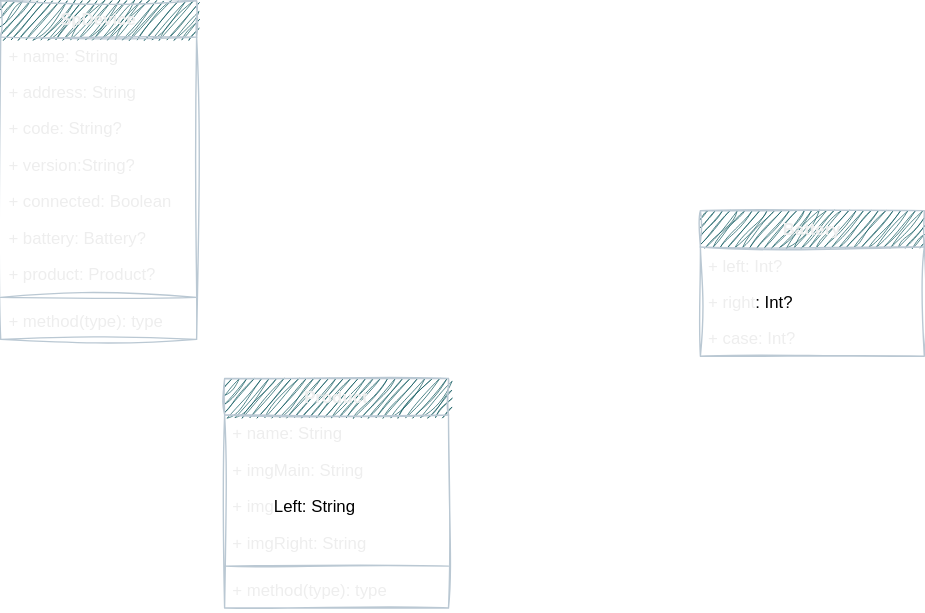
This is 未命名绘图.drawio.svg from kekemao00/draw-libs, a draw.io export, as it was before one commit. Source tidied: cells renumbered, new cells last; positions are measured from the earlier drawing's top-left corner, leaving out a move shared by most shapes. The source it was exported from:
```xml
<mxGraphModel>
  <root>
    <mxCell id="0" />
    <mxCell id="1" parent="0" />
    <mxCell id="2" value="SpDevice" style="swimlane;fontStyle=1;align=center;verticalAlign=top;horizontal=1;startSize=26;whiteSpace=wrap;html=1;labelBackgroundColor=none;fillColor=#09555B;strokeColor=#BAC8D3;fontColor=#EEEEEE;rounded=0;sketch=1;curveFitting=1;jiggle=2;" parent="1" vertex="1">
      <mxGeometry width="140" height="242" as="geometry" />
    </mxCell>
    <mxCell id="3" value="+ name: String" style="text;strokeColor=none;fillColor=none;align=left;verticalAlign=top;spacingLeft=4;spacingRight=4;overflow=hidden;whiteSpace=wrap;html=1;labelBackgroundColor=none;fontColor=#EEEEEE;rounded=0;sketch=1;curveFitting=1;jiggle=2;" parent="2" vertex="1">
      <mxGeometry y="26" width="140" height="26" as="geometry" />
    </mxCell>
    <mxCell id="4" value="+ address: String" style="text;strokeColor=none;fillColor=none;align=left;verticalAlign=top;spacingLeft=4;spacingRight=4;overflow=hidden;whiteSpace=wrap;html=1;labelBackgroundColor=none;fontColor=#EEEEEE;rounded=0;sketch=1;curveFitting=1;jiggle=2;" parent="2" vertex="1">
      <mxGeometry y="52" width="140" height="26" as="geometry" />
    </mxCell>
    <mxCell id="5" value="+ code: String?" style="text;strokeColor=none;fillColor=none;align=left;verticalAlign=top;spacingLeft=4;spacingRight=4;overflow=hidden;whiteSpace=wrap;html=1;labelBackgroundColor=none;fontColor=#EEEEEE;rounded=0;sketch=1;curveFitting=1;jiggle=2;" parent="2" vertex="1">
      <mxGeometry y="78" width="140" height="26" as="geometry" />
    </mxCell>
    <mxCell id="6" value="+ version:String?" style="text;strokeColor=none;fillColor=none;align=left;verticalAlign=top;spacingLeft=4;spacingRight=4;overflow=hidden;whiteSpace=wrap;html=1;labelBackgroundColor=none;fontColor=#EEEEEE;rounded=0;sketch=1;curveFitting=1;jiggle=2;" parent="2" vertex="1">
      <mxGeometry y="104" width="140" height="26" as="geometry" />
    </mxCell>
    <mxCell id="7" value="+ connected: Boolean" style="text;strokeColor=none;fillColor=none;align=left;verticalAlign=top;spacingLeft=4;spacingRight=4;overflow=hidden;whiteSpace=wrap;html=1;labelBackgroundColor=none;fontColor=#EEEEEE;rounded=0;sketch=1;curveFitting=1;jiggle=2;" parent="2" vertex="1">
      <mxGeometry y="130" width="140" height="26" as="geometry" />
    </mxCell>
    <mxCell id="8" value="+ battery: Battery?&lt;div&gt;&lt;br&gt;&lt;/div&gt;" style="text;strokeColor=none;fillColor=none;align=left;verticalAlign=top;spacingLeft=4;spacingRight=4;overflow=hidden;whiteSpace=wrap;html=1;labelBackgroundColor=none;fontColor=#EEEEEE;rounded=0;sketch=1;curveFitting=1;jiggle=2;" parent="2" vertex="1">
      <mxGeometry y="156" width="140" height="26" as="geometry" />
    </mxCell>
    <mxCell id="9" value="+ product: Product?" style="text;strokeColor=none;fillColor=none;align=left;verticalAlign=top;spacingLeft=4;spacingRight=4;overflow=hidden;whiteSpace=wrap;html=1;labelBackgroundColor=none;fontColor=#EEEEEE;rounded=0;sketch=1;curveFitting=1;jiggle=2;" parent="2" vertex="1">
      <mxGeometry y="182" width="140" height="26" as="geometry" />
    </mxCell>
    <mxCell id="10" style="line;strokeWidth=1;fillColor=none;align=left;verticalAlign=middle;spacingTop=-1;spacingLeft=3;spacingRight=3;labelPosition=right;labelBackgroundColor=none;strokeColor=#BAC8D3;fontColor=#EEEEEE;rounded=0;sketch=1;curveFitting=1;jiggle=2;" parent="2" vertex="1">
      <mxGeometry y="208" width="140" height="8" as="geometry" />
    </mxCell>
    <mxCell id="11" value="+ method(type): type" style="text;strokeColor=none;fillColor=none;align=left;verticalAlign=top;spacingLeft=4;spacingRight=4;overflow=hidden;whiteSpace=wrap;html=1;labelBackgroundColor=none;fontColor=#EEEEEE;rounded=0;sketch=1;curveFitting=1;jiggle=2;" parent="2" vertex="1">
      <mxGeometry y="216" width="140" height="26" as="geometry" />
    </mxCell>
    <mxCell id="12" value="Battery" style="swimlane;fontStyle=1;align=center;verticalAlign=top;horizontal=1;startSize=26;whiteSpace=wrap;html=1;labelBackgroundColor=none;fillColor=#09555B;strokeColor=#BAC8D3;fontColor=#EEEEEE;rounded=0;sketch=1;curveFitting=1;jiggle=2;" parent="1" vertex="1">
      <mxGeometry x="500" y="150" width="160" height="104" as="geometry" />
    </mxCell>
    <mxCell id="13" value="+&amp;nbsp;left: Int?" style="text;strokeColor=none;fillColor=none;align=left;verticalAlign=top;spacingLeft=4;spacingRight=4;overflow=hidden;whiteSpace=wrap;html=1;labelBackgroundColor=none;fontColor=#EEEEEE;rounded=0;sketch=1;curveFitting=1;jiggle=2;" parent="12" vertex="1">
      <mxGeometry y="26" width="160" height="26" as="geometry" />
    </mxCell>
    <mxCell id="14" value="+ right&lt;span style=&quot;background-color: transparent; color: light-dark(rgb(0, 0, 0), rgb(255, 255, 255));&quot;&gt;: Int?&lt;/span&gt;" style="text;strokeColor=none;fillColor=none;align=left;verticalAlign=top;spacingLeft=4;spacingRight=4;overflow=hidden;whiteSpace=wrap;html=1;labelBackgroundColor=none;fontColor=#EEEEEE;rounded=0;sketch=1;curveFitting=1;jiggle=2;" parent="12" vertex="1">
      <mxGeometry y="52" width="160" height="26" as="geometry" />
    </mxCell>
    <mxCell id="15" value="+ case: Int?" style="text;strokeColor=none;fillColor=none;align=left;verticalAlign=top;spacingLeft=4;spacingRight=4;overflow=hidden;whiteSpace=wrap;html=1;labelBackgroundColor=none;fontColor=#EEEEEE;rounded=0;sketch=1;curveFitting=1;jiggle=2;" parent="12" vertex="1">
      <mxGeometry y="78" width="160" height="26" as="geometry" />
    </mxCell>
    <mxCell id="16" value="Product" style="swimlane;fontStyle=1;align=center;verticalAlign=top;horizontal=1;startSize=26;whiteSpace=wrap;html=1;labelBackgroundColor=none;fillColor=#09555B;strokeColor=#BAC8D3;fontColor=#EEEEEE;rounded=0;sketch=1;curveFitting=1;jiggle=2;" parent="1" vertex="1">
      <mxGeometry x="160" y="270" width="160" height="164" as="geometry" />
    </mxCell>
    <mxCell id="17" value="+ name: String" style="text;strokeColor=none;fillColor=none;align=left;verticalAlign=top;spacingLeft=4;spacingRight=4;overflow=hidden;whiteSpace=wrap;html=1;labelBackgroundColor=none;fontColor=#EEEEEE;rounded=0;sketch=1;curveFitting=1;jiggle=2;" parent="16" vertex="1">
      <mxGeometry y="26" width="160" height="26" as="geometry" />
    </mxCell>
    <mxCell id="18" value="+ imgMain: String" style="text;strokeColor=none;fillColor=none;align=left;verticalAlign=top;spacingLeft=4;spacingRight=4;overflow=hidden;whiteSpace=wrap;html=1;labelBackgroundColor=none;fontColor=#EEEEEE;rounded=0;sketch=1;curveFitting=1;jiggle=2;" parent="16" vertex="1">
      <mxGeometry y="52" width="160" height="26" as="geometry" />
    </mxCell>
    <mxCell id="19" value="+ img&lt;span style=&quot;background-color: transparent; color: light-dark(rgb(0, 0, 0), rgb(255, 255, 255));&quot;&gt;Left: String&lt;/span&gt;" style="text;strokeColor=none;fillColor=none;align=left;verticalAlign=top;spacingLeft=4;spacingRight=4;overflow=hidden;whiteSpace=wrap;html=1;labelBackgroundColor=none;fontColor=#EEEEEE;rounded=0;sketch=1;curveFitting=1;jiggle=2;" parent="16" vertex="1">
      <mxGeometry y="78" width="160" height="26" as="geometry" />
    </mxCell>
    <mxCell id="20" value="+ imgRight: String" style="text;strokeColor=none;fillColor=none;align=left;verticalAlign=top;spacingLeft=4;spacingRight=4;overflow=hidden;whiteSpace=wrap;html=1;labelBackgroundColor=none;fontColor=#EEEEEE;rounded=0;sketch=1;curveFitting=1;jiggle=2;" parent="16" vertex="1">
      <mxGeometry y="104" width="160" height="26" as="geometry" />
    </mxCell>
    <mxCell id="21" style="line;strokeWidth=1;fillColor=none;align=left;verticalAlign=middle;spacingTop=-1;spacingLeft=3;spacingRight=3;labelPosition=right;labelBackgroundColor=none;strokeColor=#BAC8D3;fontColor=#EEEEEE;rounded=0;sketch=1;curveFitting=1;jiggle=2;" parent="16" vertex="1">
      <mxGeometry y="130" width="160" height="8" as="geometry" />
    </mxCell>
    <mxCell id="22" value="+ method(type): type" style="text;strokeColor=none;fillColor=none;align=left;verticalAlign=top;spacingLeft=4;spacingRight=4;overflow=hidden;whiteSpace=wrap;html=1;labelBackgroundColor=none;fontColor=#EEEEEE;rounded=0;sketch=1;curveFitting=1;jiggle=2;" parent="16" vertex="1">
      <mxGeometry y="138" width="160" height="26" as="geometry" />
    </mxCell>
  </root>
</mxGraphModel>
```
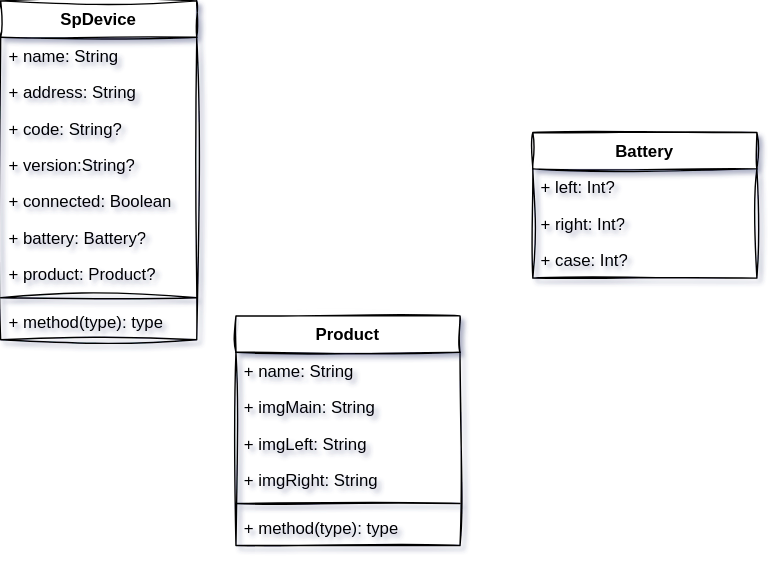
Above is the later version.

Commit message:
更新未命名绘图.drawio.svg

Change to the diagram source:
```diff
@@ -1,68 +1,68 @@
-<mxGraphModel>
+<mxGraphModel shadow="1">
   <root>
     <mxCell id="0" />
     <mxCell id="1" parent="0" />
-    <mxCell id="2" value="SpDevice" style="swimlane;fontStyle=1;align=center;verticalAlign=top;horizontal=1;startSize=26;whiteSpace=wrap;html=1;labelBackgroundColor=none;fillColor=#09555B;strokeColor=#BAC8D3;fontColor=#EEEEEE;rounded=0;sketch=1;curveFitting=1;jiggle=2;" parent="1" vertex="1">
+    <mxCell id="2" value="SpDevice" style="swimlane;fontStyle=1;align=center;verticalAlign=top;horizontal=1;startSize=26;whiteSpace=wrap;html=1;labelBackgroundColor=none;rounded=0;sketch=1;curveFitting=1;jiggle=2;" parent="1" vertex="1">
       <mxGeometry width="140" height="242" as="geometry" />
     </mxCell>
-    <mxCell id="3" value="+ name: String" style="text;strokeColor=none;fillColor=none;align=left;verticalAlign=top;spacingLeft=4;spacingRight=4;overflow=hidden;whiteSpace=wrap;html=1;labelBackgroundColor=none;fontColor=#EEEEEE;rounded=0;sketch=1;curveFitting=1;jiggle=2;" parent="2" vertex="1">
+    <mxCell id="3" value="+ name: String" style="text;strokeColor=none;fillColor=none;align=left;verticalAlign=top;spacingLeft=4;spacingRight=4;overflow=hidden;whiteSpace=wrap;html=1;labelBackgroundColor=none;rounded=0;sketch=1;curveFitting=1;jiggle=2;" parent="2" vertex="1">
       <mxGeometry y="26" width="140" height="26" as="geometry" />
     </mxCell>
-    <mxCell id="4" value="+ address: String" style="text;strokeColor=none;fillColor=none;align=left;verticalAlign=top;spacingLeft=4;spacingRight=4;overflow=hidden;whiteSpace=wrap;html=1;labelBackgroundColor=none;fontColor=#EEEEEE;rounded=0;sketch=1;curveFitting=1;jiggle=2;" parent="2" vertex="1">
+    <mxCell id="4" value="+ address: String" style="text;strokeColor=none;fillColor=none;align=left;verticalAlign=top;spacingLeft=4;spacingRight=4;overflow=hidden;whiteSpace=wrap;html=1;labelBackgroundColor=none;rounded=0;sketch=1;curveFitting=1;jiggle=2;" parent="2" vertex="1">
       <mxGeometry y="52" width="140" height="26" as="geometry" />
     </mxCell>
-    <mxCell id="5" value="+ code: String?" style="text;strokeColor=none;fillColor=none;align=left;verticalAlign=top;spacingLeft=4;spacingRight=4;overflow=hidden;whiteSpace=wrap;html=1;labelBackgroundColor=none;fontColor=#EEEEEE;rounded=0;sketch=1;curveFitting=1;jiggle=2;" parent="2" vertex="1">
+    <mxCell id="5" value="+ code: String?" style="text;strokeColor=none;fillColor=none;align=left;verticalAlign=top;spacingLeft=4;spacingRight=4;overflow=hidden;whiteSpace=wrap;html=1;labelBackgroundColor=none;rounded=0;sketch=1;curveFitting=1;jiggle=2;" parent="2" vertex="1">
       <mxGeometry y="78" width="140" height="26" as="geometry" />
     </mxCell>
-    <mxCell id="6" value="+ version:String?" style="text;strokeColor=none;fillColor=none;align=left;verticalAlign=top;spacingLeft=4;spacingRight=4;overflow=hidden;whiteSpace=wrap;html=1;labelBackgroundColor=none;fontColor=#EEEEEE;rounded=0;sketch=1;curveFitting=1;jiggle=2;" parent="2" vertex="1">
+    <mxCell id="6" value="+ version:String?" style="text;strokeColor=none;fillColor=none;align=left;verticalAlign=top;spacingLeft=4;spacingRight=4;overflow=hidden;whiteSpace=wrap;html=1;labelBackgroundColor=none;rounded=0;sketch=1;curveFitting=1;jiggle=2;" parent="2" vertex="1">
       <mxGeometry y="104" width="140" height="26" as="geometry" />
     </mxCell>
-    <mxCell id="7" value="+ connected: Boolean" style="text;strokeColor=none;fillColor=none;align=left;verticalAlign=top;spacingLeft=4;spacingRight=4;overflow=hidden;whiteSpace=wrap;html=1;labelBackgroundColor=none;fontColor=#EEEEEE;rounded=0;sketch=1;curveFitting=1;jiggle=2;" parent="2" vertex="1">
+    <mxCell id="7" value="+ connected: Boolean" style="text;strokeColor=none;fillColor=none;align=left;verticalAlign=top;spacingLeft=4;spacingRight=4;overflow=hidden;whiteSpace=wrap;html=1;labelBackgroundColor=none;rounded=0;sketch=1;curveFitting=1;jiggle=2;" parent="2" vertex="1">
       <mxGeometry y="130" width="140" height="26" as="geometry" />
     </mxCell>
-    <mxCell id="8" value="+ battery: Battery?&lt;div&gt;&lt;br&gt;&lt;/div&gt;" style="text;strokeColor=none;fillColor=none;align=left;verticalAlign=top;spacingLeft=4;spacingRight=4;overflow=hidden;whiteSpace=wrap;html=1;labelBackgroundColor=none;fontColor=#EEEEEE;rounded=0;sketch=1;curveFitting=1;jiggle=2;" parent="2" vertex="1">
+    <mxCell id="8" value="+ battery: Battery?&lt;div&gt;&lt;br&gt;&lt;/div&gt;" style="text;strokeColor=none;fillColor=none;align=left;verticalAlign=top;spacingLeft=4;spacingRight=4;overflow=hidden;whiteSpace=wrap;html=1;labelBackgroundColor=none;rounded=0;sketch=1;curveFitting=1;jiggle=2;" parent="2" vertex="1">
       <mxGeometry y="156" width="140" height="26" as="geometry" />
     </mxCell>
-    <mxCell id="9" value="+ product: Product?" style="text;strokeColor=none;fillColor=none;align=left;verticalAlign=top;spacingLeft=4;spacingRight=4;overflow=hidden;whiteSpace=wrap;html=1;labelBackgroundColor=none;fontColor=#EEEEEE;rounded=0;sketch=1;curveFitting=1;jiggle=2;" parent="2" vertex="1">
+    <mxCell id="9" value="+ product: Product?" style="text;strokeColor=none;fillColor=none;align=left;verticalAlign=top;spacingLeft=4;spacingRight=4;overflow=hidden;whiteSpace=wrap;html=1;labelBackgroundColor=none;rounded=0;sketch=1;curveFitting=1;jiggle=2;" parent="2" vertex="1">
       <mxGeometry y="182" width="140" height="26" as="geometry" />
     </mxCell>
-    <mxCell id="10" style="line;strokeWidth=1;fillColor=none;align=left;verticalAlign=middle;spacingTop=-1;spacingLeft=3;spacingRight=3;labelPosition=right;labelBackgroundColor=none;strokeColor=#BAC8D3;fontColor=#EEEEEE;rounded=0;sketch=1;curveFitting=1;jiggle=2;" parent="2" vertex="1">
+    <mxCell id="10" style="line;strokeWidth=1;fillColor=none;align=left;verticalAlign=middle;spacingTop=-1;spacingLeft=3;spacingRight=3;labelPosition=right;labelBackgroundColor=none;rounded=0;sketch=1;curveFitting=1;jiggle=2;" parent="2" vertex="1">
       <mxGeometry y="208" width="140" height="8" as="geometry" />
     </mxCell>
-    <mxCell id="11" value="+ method(type): type" style="text;strokeColor=none;fillColor=none;align=left;verticalAlign=top;spacingLeft=4;spacingRight=4;overflow=hidden;whiteSpace=wrap;html=1;labelBackgroundColor=none;fontColor=#EEEEEE;rounded=0;sketch=1;curveFitting=1;jiggle=2;" parent="2" vertex="1">
+    <mxCell id="11" value="+ method(type): type" style="text;strokeColor=none;fillColor=none;align=left;verticalAlign=top;spacingLeft=4;spacingRight=4;overflow=hidden;whiteSpace=wrap;html=1;labelBackgroundColor=none;rounded=0;sketch=1;curveFitting=1;jiggle=2;" parent="2" vertex="1">
       <mxGeometry y="216" width="140" height="26" as="geometry" />
     </mxCell>
-    <mxCell id="12" value="Battery" style="swimlane;fontStyle=1;align=center;verticalAlign=top;horizontal=1;startSize=26;whiteSpace=wrap;html=1;labelBackgroundColor=none;fillColor=#09555B;strokeColor=#BAC8D3;fontColor=#EEEEEE;rounded=0;sketch=1;curveFitting=1;jiggle=2;" parent="1" vertex="1">
-      <mxGeometry x="500" y="150" width="160" height="104" as="geometry" />
+    <mxCell id="12" value="Battery" style="swimlane;fontStyle=1;align=center;verticalAlign=top;horizontal=1;startSize=26;whiteSpace=wrap;html=1;labelBackgroundColor=none;rounded=0;sketch=1;curveFitting=1;jiggle=2;" parent="1" vertex="1">
+      <mxGeometry x="380" y="94" width="160" height="104" as="geometry" />
     </mxCell>
-    <mxCell id="13" value="+&amp;nbsp;left: Int?" style="text;strokeColor=none;fillColor=none;align=left;verticalAlign=top;spacingLeft=4;spacingRight=4;overflow=hidden;whiteSpace=wrap;html=1;labelBackgroundColor=none;fontColor=#EEEEEE;rounded=0;sketch=1;curveFitting=1;jiggle=2;" parent="12" vertex="1">
+    <mxCell id="13" value="+&amp;nbsp;left: Int?" style="text;strokeColor=none;fillColor=none;align=left;verticalAlign=top;spacingLeft=4;spacingRight=4;overflow=hidden;whiteSpace=wrap;html=1;labelBackgroundColor=none;rounded=0;sketch=1;curveFitting=1;jiggle=2;" parent="12" vertex="1">
       <mxGeometry y="26" width="160" height="26" as="geometry" />
     </mxCell>
-    <mxCell id="14" value="+ right&lt;span style=&quot;background-color: transparent; color: light-dark(rgb(0, 0, 0), rgb(255, 255, 255));&quot;&gt;: Int?&lt;/span&gt;" style="text;strokeColor=none;fillColor=none;align=left;verticalAlign=top;spacingLeft=4;spacingRight=4;overflow=hidden;whiteSpace=wrap;html=1;labelBackgroundColor=none;fontColor=#EEEEEE;rounded=0;sketch=1;curveFitting=1;jiggle=2;" parent="12" vertex="1">
+    <mxCell id="14" value="+ right&lt;span style=&quot;background-color: transparent; color: light-dark(rgb(0, 0, 0), rgb(255, 255, 255));&quot;&gt;: Int?&lt;/span&gt;" style="text;strokeColor=none;fillColor=none;align=left;verticalAlign=top;spacingLeft=4;spacingRight=4;overflow=hidden;whiteSpace=wrap;html=1;labelBackgroundColor=none;rounded=0;sketch=1;curveFitting=1;jiggle=2;" parent="12" vertex="1">
       <mxGeometry y="52" width="160" height="26" as="geometry" />
     </mxCell>
-    <mxCell id="15" value="+ case: Int?" style="text;strokeColor=none;fillColor=none;align=left;verticalAlign=top;spacingLeft=4;spacingRight=4;overflow=hidden;whiteSpace=wrap;html=1;labelBackgroundColor=none;fontColor=#EEEEEE;rounded=0;sketch=1;curveFitting=1;jiggle=2;" parent="12" vertex="1">
+    <mxCell id="15" value="+ case: Int?" style="text;strokeColor=none;fillColor=none;align=left;verticalAlign=top;spacingLeft=4;spacingRight=4;overflow=hidden;whiteSpace=wrap;html=1;labelBackgroundColor=none;rounded=0;sketch=1;curveFitting=1;jiggle=2;" parent="12" vertex="1">
       <mxGeometry y="78" width="160" height="26" as="geometry" />
     </mxCell>
-    <mxCell id="16" value="Product" style="swimlane;fontStyle=1;align=center;verticalAlign=top;horizontal=1;startSize=26;whiteSpace=wrap;html=1;labelBackgroundColor=none;fillColor=#09555B;strokeColor=#BAC8D3;fontColor=#EEEEEE;rounded=0;sketch=1;curveFitting=1;jiggle=2;" parent="1" vertex="1">
-      <mxGeometry x="160" y="270" width="160" height="164" as="geometry" />
+    <mxCell id="16" value="Product" style="swimlane;fontStyle=1;align=center;verticalAlign=top;horizontal=1;startSize=26;whiteSpace=wrap;html=1;labelBackgroundColor=none;rounded=0;sketch=1;curveFitting=1;jiggle=2;" parent="1" vertex="1">
+      <mxGeometry x="168" y="225" width="160" height="164" as="geometry" />
     </mxCell>
-    <mxCell id="17" value="+ name: String" style="text;strokeColor=none;fillColor=none;align=left;verticalAlign=top;spacingLeft=4;spacingRight=4;overflow=hidden;whiteSpace=wrap;html=1;labelBackgroundColor=none;fontColor=#EEEEEE;rounded=0;sketch=1;curveFitting=1;jiggle=2;" parent="16" vertex="1">
+    <mxCell id="17" value="+ name: String" style="text;strokeColor=none;fillColor=none;align=left;verticalAlign=top;spacingLeft=4;spacingRight=4;overflow=hidden;whiteSpace=wrap;html=1;labelBackgroundColor=none;rounded=0;sketch=1;curveFitting=1;jiggle=2;" parent="16" vertex="1">
       <mxGeometry y="26" width="160" height="26" as="geometry" />
     </mxCell>
-    <mxCell id="18" value="+ imgMain: String" style="text;strokeColor=none;fillColor=none;align=left;verticalAlign=top;spacingLeft=4;spacingRight=4;overflow=hidden;whiteSpace=wrap;html=1;labelBackgroundColor=none;fontColor=#EEEEEE;rounded=0;sketch=1;curveFitting=1;jiggle=2;" parent="16" vertex="1">
+    <mxCell id="18" value="+ imgMain: String" style="text;strokeColor=none;fillColor=none;align=left;verticalAlign=top;spacingLeft=4;spacingRight=4;overflow=hidden;whiteSpace=wrap;html=1;labelBackgroundColor=none;rounded=0;sketch=1;curveFitting=1;jiggle=2;" parent="16" vertex="1">
       <mxGeometry y="52" width="160" height="26" as="geometry" />
     </mxCell>
-    <mxCell id="19" value="+ img&lt;span style=&quot;background-color: transparent; color: light-dark(rgb(0, 0, 0), rgb(255, 255, 255));&quot;&gt;Left: String&lt;/span&gt;" style="text;strokeColor=none;fillColor=none;align=left;verticalAlign=top;spacingLeft=4;spacingRight=4;overflow=hidden;whiteSpace=wrap;html=1;labelBackgroundColor=none;fontColor=#EEEEEE;rounded=0;sketch=1;curveFitting=1;jiggle=2;" parent="16" vertex="1">
+    <mxCell id="19" value="+ img&lt;span style=&quot;background-color: transparent; color: light-dark(rgb(0, 0, 0), rgb(255, 255, 255));&quot;&gt;Left: String&lt;/span&gt;" style="text;strokeColor=none;fillColor=none;align=left;verticalAlign=top;spacingLeft=4;spacingRight=4;overflow=hidden;whiteSpace=wrap;html=1;labelBackgroundColor=none;rounded=0;sketch=1;curveFitting=1;jiggle=2;" parent="16" vertex="1">
       <mxGeometry y="78" width="160" height="26" as="geometry" />
     </mxCell>
-    <mxCell id="20" value="+ imgRight: String" style="text;strokeColor=none;fillColor=none;align=left;verticalAlign=top;spacingLeft=4;spacingRight=4;overflow=hidden;whiteSpace=wrap;html=1;labelBackgroundColor=none;fontColor=#EEEEEE;rounded=0;sketch=1;curveFitting=1;jiggle=2;" parent="16" vertex="1">
+    <mxCell id="20" value="+ imgRight: String" style="text;strokeColor=none;fillColor=none;align=left;verticalAlign=top;spacingLeft=4;spacingRight=4;overflow=hidden;whiteSpace=wrap;html=1;labelBackgroundColor=none;rounded=0;sketch=1;curveFitting=1;jiggle=2;" parent="16" vertex="1">
       <mxGeometry y="104" width="160" height="26" as="geometry" />
     </mxCell>
-    <mxCell id="21" style="line;strokeWidth=1;fillColor=none;align=left;verticalAlign=middle;spacingTop=-1;spacingLeft=3;spacingRight=3;labelPosition=right;labelBackgroundColor=none;strokeColor=#BAC8D3;fontColor=#EEEEEE;rounded=0;sketch=1;curveFitting=1;jiggle=2;" parent="16" vertex="1">
+    <mxCell id="21" style="line;strokeWidth=1;fillColor=none;align=left;verticalAlign=middle;spacingTop=-1;spacingLeft=3;spacingRight=3;labelPosition=right;labelBackgroundColor=none;rounded=0;sketch=1;curveFitting=1;jiggle=2;" parent="16" vertex="1">
       <mxGeometry y="130" width="160" height="8" as="geometry" />
     </mxCell>
-    <mxCell id="22" value="+ method(type): type" style="text;strokeColor=none;fillColor=none;align=left;verticalAlign=top;spacingLeft=4;spacingRight=4;overflow=hidden;whiteSpace=wrap;html=1;labelBackgroundColor=none;fontColor=#EEEEEE;rounded=0;sketch=1;curveFitting=1;jiggle=2;" parent="16" vertex="1">
+    <mxCell id="22" value="+ method(type): type" style="text;strokeColor=none;fillColor=none;align=left;verticalAlign=top;spacingLeft=4;spacingRight=4;overflow=hidden;whiteSpace=wrap;html=1;labelBackgroundColor=none;rounded=0;sketch=1;curveFitting=1;jiggle=2;" parent="16" vertex="1">
       <mxGeometry y="138" width="160" height="26" as="geometry" />
     </mxCell>
   </root>
```
